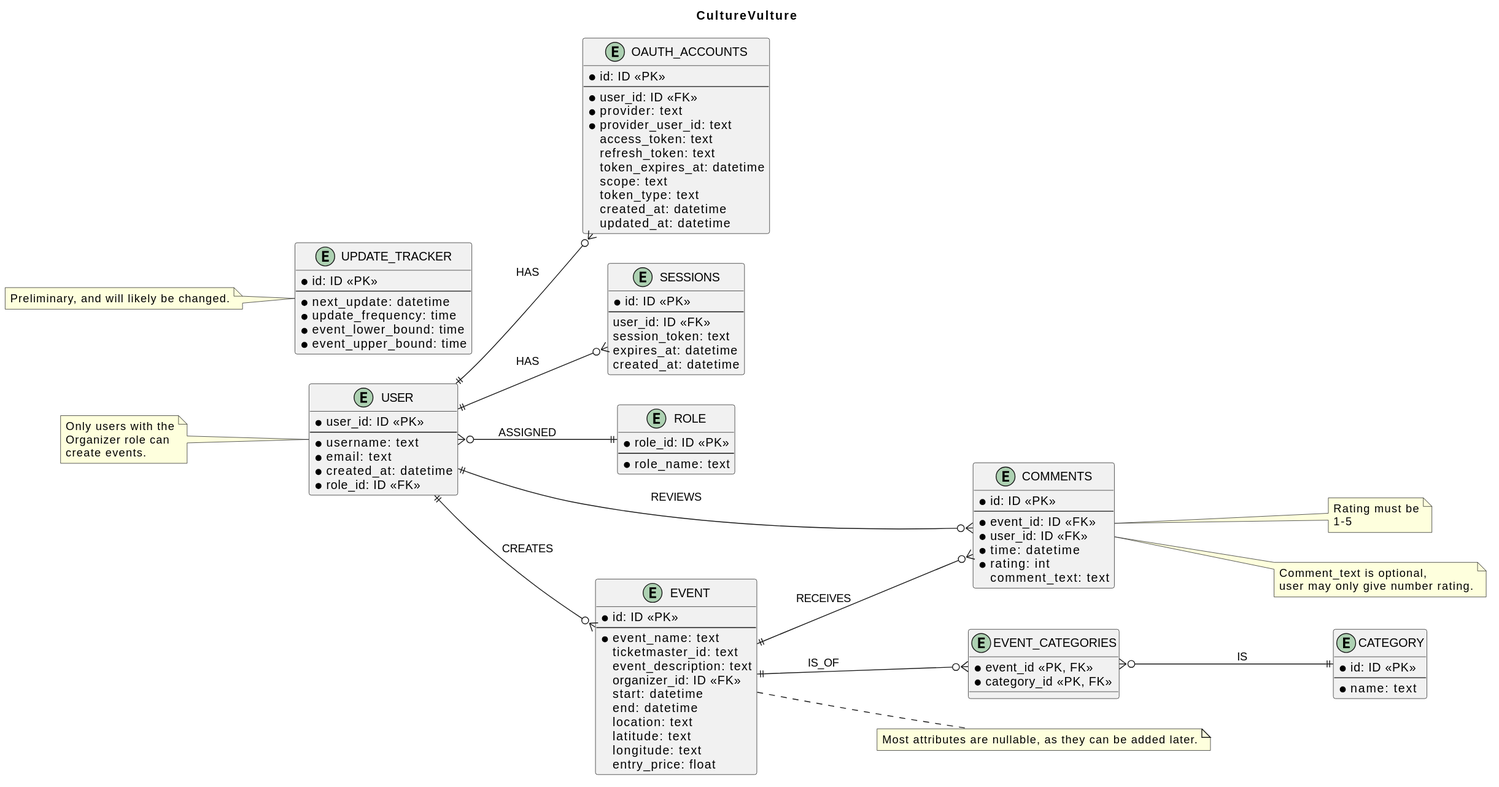
The PlantUML diagram docs/assets/diagrams/4-2-culturevulture-data-ERD.svg in CultureVultureFer/culture-vulture, before a commit.
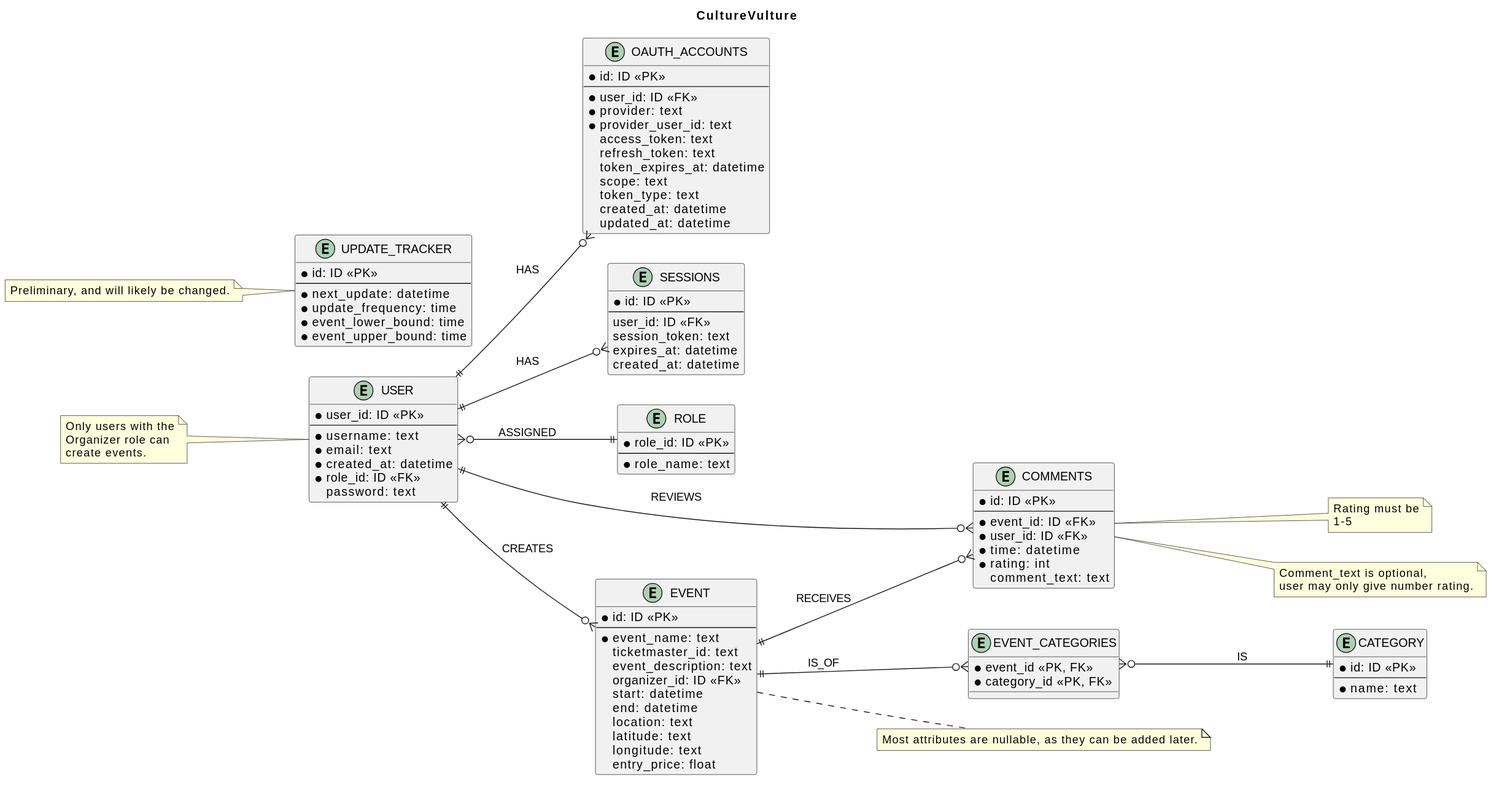
The same diagram one commit later.

Commit message:
Added Password to user

The edit, as a diff of the source:
```diff
@@ -12,6 +12,7 @@
    * email: text
    * created_at: datetime
    * role_id: ID <<FK>>
+   password: text
 }
 
 entity "OAUTH_ACCOUNTS" as oauth_accounts {
```
